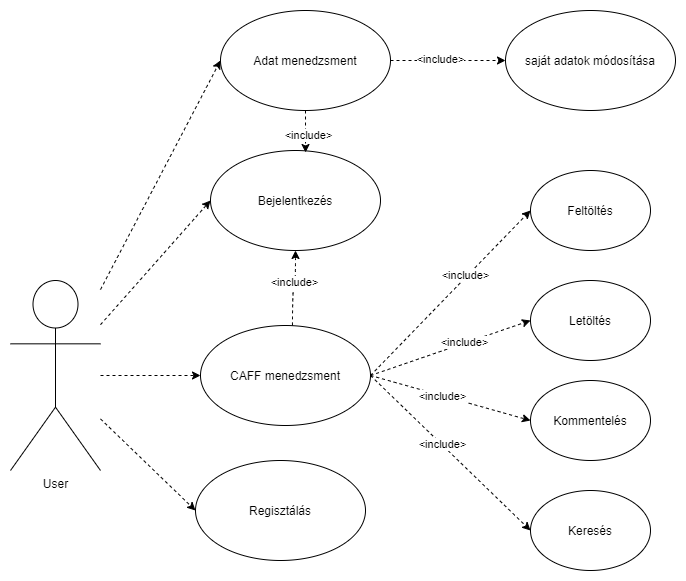
Earlier version of the draw.io export plans/UseCaseUser.drawio.png (zuper1998/SzamBiztHF). Source tidied: cells renumbered, new cells last; positions are measured from the earlier drawing's top-left corner, leaving out a move shared by most shapes.
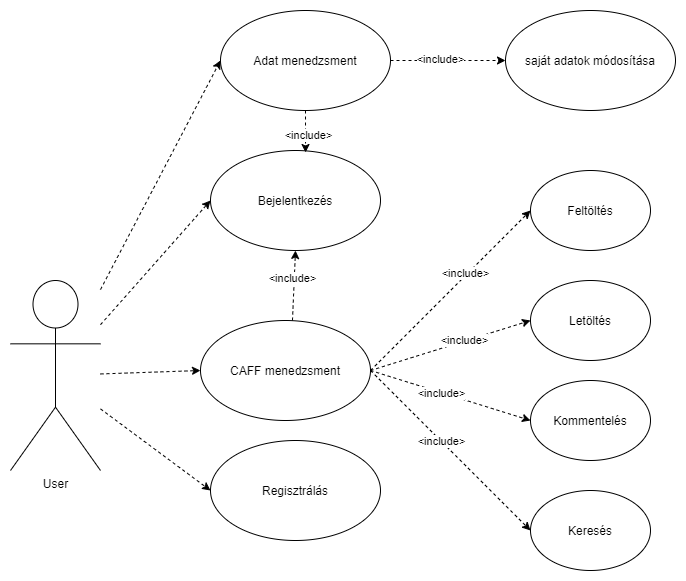
After the change.

The edit, as a diff of the source:
```diff
@@ -30,7 +30,7 @@
       <mxGeometry x="-0.12" relative="1" as="geometry" />
     </mxCell>
     <mxCell id="11" value="CAFF menedzsment" style="ellipse;whiteSpace=wrap;html=1;" parent="1" vertex="1">
-      <mxGeometry x="190" y="315" width="170" height="100" as="geometry" />
+      <mxGeometry x="190" y="310" width="170" height="100" as="geometry" />
     </mxCell>
     <mxCell id="12" value="Feltöltés" style="ellipse;whiteSpace=wrap;html=1;" parent="1" vertex="1">
       <mxGeometry x="520" y="160" width="120" height="80" as="geometry" />
@@ -44,8 +44,8 @@
     <mxCell id="15" style="rounded=0;jettySize=auto;html=1;entryX=0;entryY=0.5;entryDx=0;entryDy=0;dashed=1;startArrow=none;startFill=0;" parent="1" edge="1" source="2" target="11">
       <mxGeometry relative="1" as="geometry" />
     </mxCell>
-    <mxCell id="16" value="Regisztálás" style="ellipse;whiteSpace=wrap;html=1;" parent="1" vertex="1">
-      <mxGeometry x="185" y="450" width="170" height="100" as="geometry" />
+    <mxCell id="16" value="Regisztrálás" style="ellipse;whiteSpace=wrap;html=1;" parent="1" vertex="1">
+      <mxGeometry x="200" y="430" width="170" height="100" as="geometry" />
     </mxCell>
     <mxCell id="17" style="rounded=0;jettySize=auto;html=1;entryX=0;entryY=0.5;entryDx=0;entryDy=0;dashed=1;startArrow=none;startFill=0;" parent="1" edge="1" source="2" target="16">
       <mxGeometry relative="1" as="geometry" />
@@ -59,7 +59,7 @@
     <mxCell id="20" value="&amp;lt;include&amp;gt;" style="edgeLabel;html=1;align=center;verticalAlign=middle;" parent="19" vertex="1">
       <mxGeometry x="-0.12" relative="1" as="geometry" />
     </mxCell>
-    <mxCell id="21" style="edgeStyle=orthogonalEdgeStyle;rounded=0;jettySize=auto;html=1;exitX=0.541;exitY=0;exitDx=0;exitDy=0;entryX=0.5;entryY=1;entryDx=0;entryDy=0;dashed=1;exitPerimeter=0;curved=1;" parent="1" edge="1" source="11" target="4">
+    <mxCell id="21" style="rounded=0;jettySize=auto;html=1;exitX=0.541;exitY=0;exitDx=0;exitDy=0;entryX=0.5;entryY=1;entryDx=0;entryDy=0;dashed=1;exitPerimeter=0;" parent="1" edge="1" source="11" target="4">
       <mxGeometry relative="1" as="geometry" />
     </mxCell>
     <mxCell id="22" value="&amp;lt;include&amp;gt;" style="edgeLabel;html=1;align=center;verticalAlign=middle;" parent="21" vertex="1">
```
